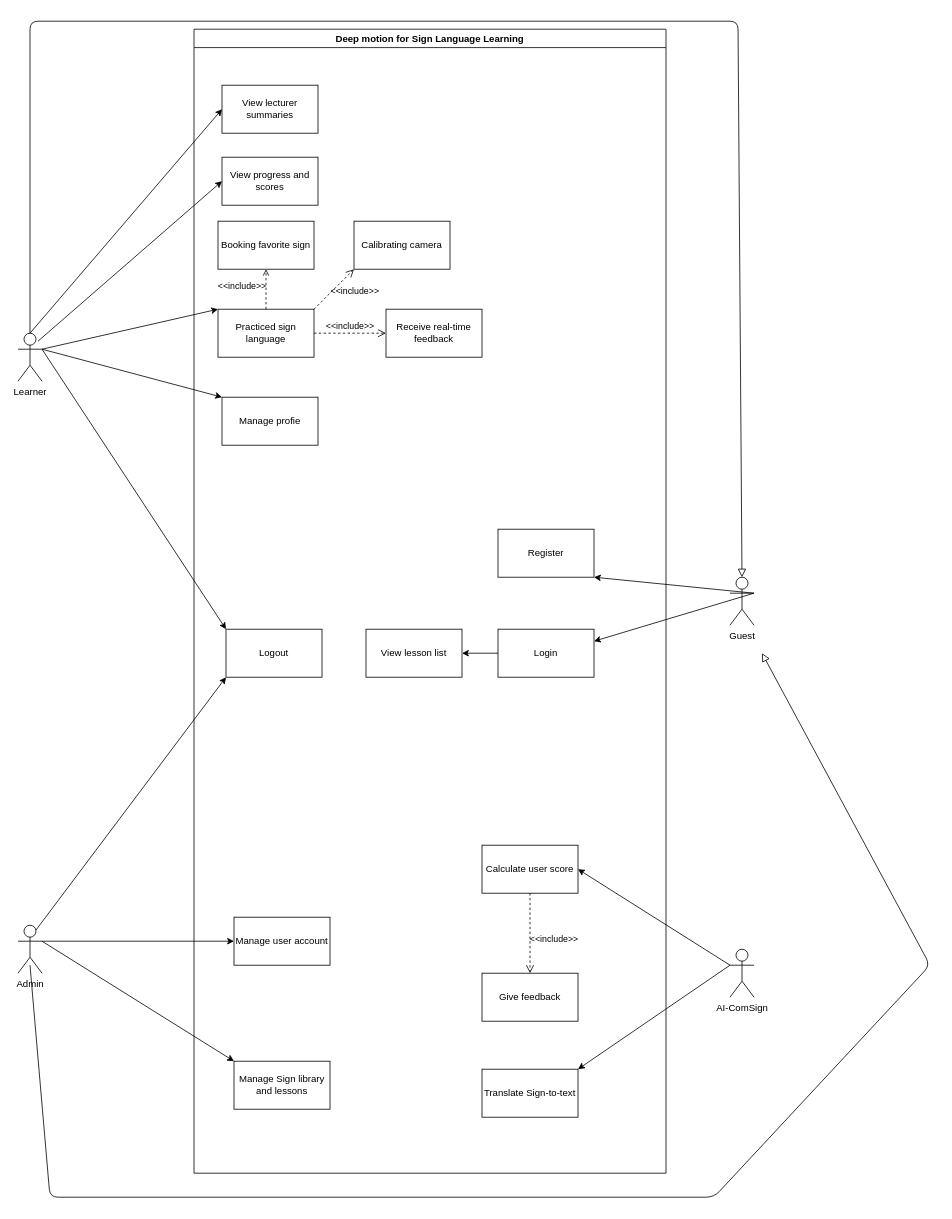
Before: docs/UseCase.drawio in CtrlConquerors/AI-ComSign, a draw.io diagram. Source tidied: cells renumbered, new cells numbered last; positions are measured from the earlier drawing's top-left corner, leaving out a move shared by most shapes. Both pictures are drawn from the tidied source at 80%, with x=0, y=0 at pixel (18, 21).
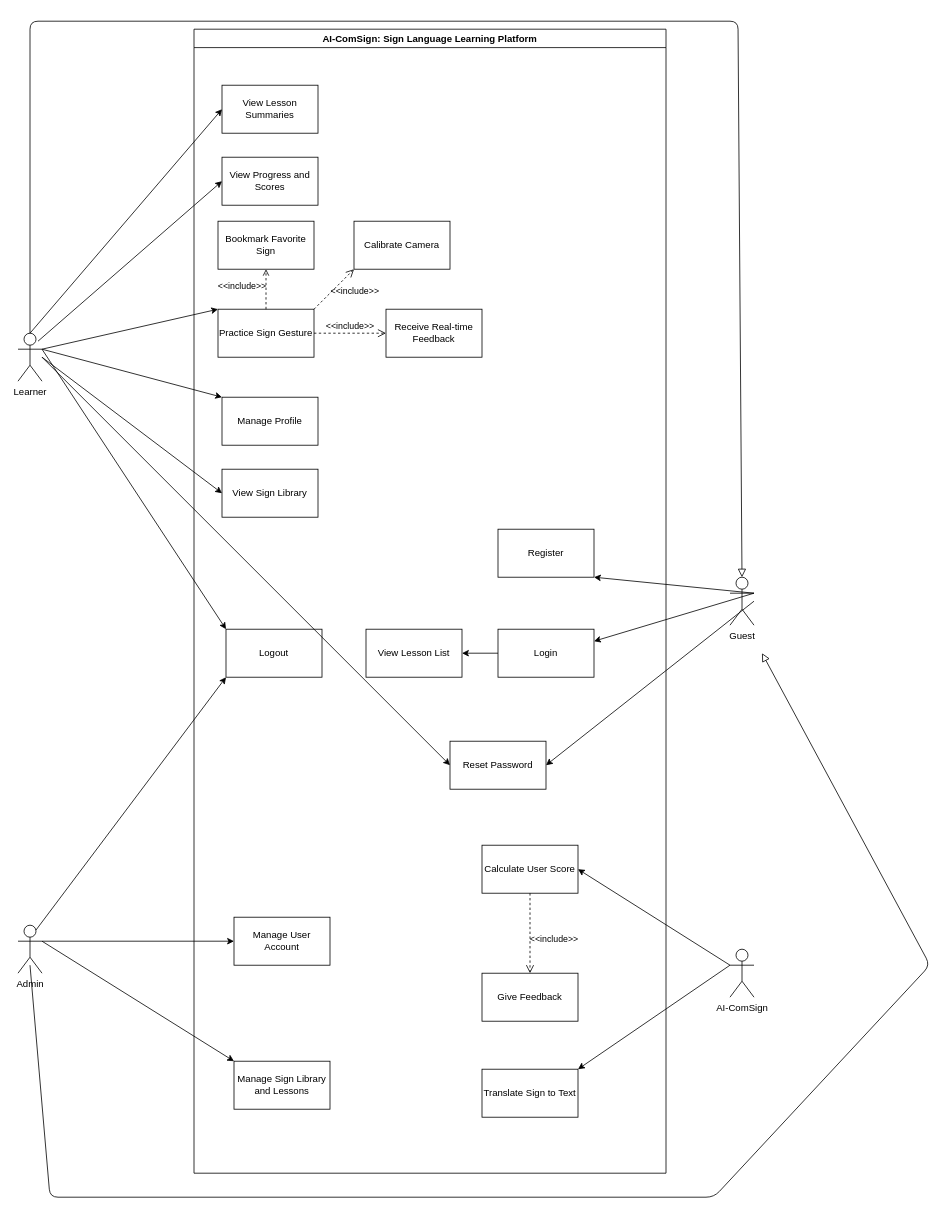
After the change.

The change refers to these unchanged cells:
```xml
<mxCell id="2" value="Learner&lt;div&gt;&lt;br&gt;&lt;div&gt;&lt;br&gt;&lt;/div&gt;&lt;/div&gt;" style="shape=umlActor;verticalLabelPosition=bottom;verticalAlign=top;html=1;outlineConnect=0;" parent="1" vertex="1">
  <mxGeometry y="390" width="30" height="60" as="geometry" />
</mxCell>
<mxCell id="33" value="Guest&lt;div&gt;&lt;br&gt;&lt;/div&gt;" style="shape=umlActor;verticalLabelPosition=bottom;verticalAlign=top;html=1;outlineConnect=0;" parent="1" vertex="1">
  <mxGeometry x="890" y="695" width="30" height="60" as="geometry" />
</mxCell>
```

Diff of the diagram source:
```diff
@@
-    <mxCell id="5" value="Deep motion for Sign Language Learning" style="swimlane;whiteSpace=wrap;html=1;" parent="1" vertex="1">
+    <mxCell id="5" value="AI-ComSign: Sign Language Learning Platform" style="swimlane;whiteSpace=wrap;html=1;" parent="1" vertex="1">
       <mxGeometry x="220" y="10" width="590" height="1430" as="geometry" />
     </mxCell>
@@
-    <mxCell id="7" value="View progress and scores" style="rounded=0;whiteSpace=wrap;html=1;" parent="5" vertex="1">
+    <mxCell id="7" value="View Progress and Scores" style="rounded=0;whiteSpace=wrap;html=1;" parent="5" vertex="1">
       <mxGeometry x="35" y="160" width="120" height="60" as="geometry" />
     </mxCell>
-    <mxCell id="8" value="Practiced sign language" style="rounded=0;whiteSpace=wrap;html=1;" parent="5" vertex="1">
+    <mxCell id="8" value="Practice Sign Gesture" style="rounded=0;whiteSpace=wrap;html=1;" parent="5" vertex="1">
       <mxGeometry x="30" y="350" width="120" height="60" as="geometry" />
     </mxCell>
-    <mxCell id="9" value="Receive real-time feedback" style="rounded=0;whiteSpace=wrap;html=1;" parent="5" vertex="1">
+    <mxCell id="9" value="Receive Real-time Feedback" style="rounded=0;whiteSpace=wrap;html=1;" parent="5" vertex="1">
       <mxGeometry x="240" y="350" width="120" height="60" as="geometry" />
     </mxCell>
@@
-    <mxCell id="11" value="View lecturer summaries" style="rounded=0;whiteSpace=wrap;html=1;" parent="5" vertex="1">
+    <mxCell id="11" value="View Lesson Summaries" style="rounded=0;whiteSpace=wrap;html=1;" parent="5" vertex="1">
       <mxGeometry x="35" y="70" width="120" height="60" as="geometry" />
     </mxCell>
-    <mxCell id="12" value="Manage user account" style="rounded=0;whiteSpace=wrap;html=1;" parent="5" vertex="1">
+    <mxCell id="12" value="Manage User Account" style="rounded=0;whiteSpace=wrap;html=1;" parent="5" vertex="1">
       <mxGeometry x="50" y="1110" width="120" height="60" as="geometry" />
     </mxCell>
-    <mxCell id="13" value="Manage Sign library and lessons" style="rounded=0;whiteSpace=wrap;html=1;" parent="5" vertex="1">
+    <mxCell id="13" value="Manage Sign Library and Lessons" style="rounded=0;whiteSpace=wrap;html=1;" parent="5" vertex="1">
       <mxGeometry x="50" y="1290" width="120" height="60" as="geometry" />
     </mxCell>
-    <mxCell id="14" value="Calculate user score" style="rounded=0;whiteSpace=wrap;html=1;" parent="5" vertex="1">
+    <mxCell id="14" value="Calculate User Score" style="rounded=0;whiteSpace=wrap;html=1;" parent="5" vertex="1">
       <mxGeometry x="360" y="1020" width="120" height="60" as="geometry" />
     </mxCell>
-    <mxCell id="15" value="Give feedback" style="rounded=0;whiteSpace=wrap;html=1;" parent="5" vertex="1">
+    <mxCell id="15" value="Give Feedback" style="rounded=0;whiteSpace=wrap;html=1;" parent="5" vertex="1">
       <mxGeometry x="360" y="1180" width="120" height="60" as="geometry" />
     </mxCell>
@@
-    <mxCell id="17" value="Translate Sign-to-text" style="rounded=0;whiteSpace=wrap;html=1;" parent="5" vertex="1">
+    <mxCell id="17" value="Translate Sign to Text" style="rounded=0;whiteSpace=wrap;html=1;" parent="5" vertex="1">
       <mxGeometry x="360" y="1300" width="120" height="60" as="geometry" />
     </mxCell>
@@
-    <mxCell id="19" value="Booking favorite sign" style="rounded=0;whiteSpace=wrap;html=1;" parent="5" vertex="1">
+    <mxCell id="19" value="Bookmark Favorite Sign" style="rounded=0;whiteSpace=wrap;html=1;" parent="5" vertex="1">
       <mxGeometry x="30" y="240" width="120" height="60" as="geometry" />
     </mxCell>
-    <mxCell id="20" value="Calibrating camera" style="rounded=0;whiteSpace=wrap;html=1;" parent="5" vertex="1">
+    <mxCell id="20" value="Calibrate Camera" style="rounded=0;whiteSpace=wrap;html=1;" parent="5" vertex="1">
       <mxGeometry x="200" y="240" width="120" height="60" as="geometry" />
     </mxCell>
@@
-    <mxCell id="22" value="View lesson list" style="rounded=0;whiteSpace=wrap;html=1;" parent="5" vertex="1">
+    <mxCell id="22" value="View Lesson List" style="rounded=0;whiteSpace=wrap;html=1;" parent="5" vertex="1">
       <mxGeometry x="215" y="750" width="120" height="60" as="geometry" />
     </mxCell>
@@
-    <mxCell id="25" value="Manage profie" style="rounded=0;whiteSpace=wrap;html=1;" parent="5" vertex="1">
+    <mxCell id="25" value="Manage Profile" style="rounded=0;whiteSpace=wrap;html=1;" parent="5" vertex="1">
       <mxGeometry x="35" y="460" width="120" height="60" as="geometry" />
     </mxCell>
+    <mxCell id="42" value="Reset Password" style="rounded=0;whiteSpace=wrap;html=1;" parent="5" vertex="1">
+      <mxGeometry x="320" y="890" width="120" height="60" as="geometry" />
+    </mxCell>
+    <mxCell id="43" value="View Sign Library" style="rounded=0;whiteSpace=wrap;html=1;" parent="5" vertex="1">
+      <mxGeometry x="35" y="550" width="120" height="60" as="geometry" />
+    </mxCell>
@@
+    <mxCell id="44" style="endArrow=classic;html=1;rounded=0;exitX=1;exitY=0.5;exitDx=0;exitDy=0;exitPerimeter=0;entryX=1;entryY=0.5;entryDx=0;entryDy=0;" parent="1" edge="1" source="33" target="42">
+      <mxGeometry relative="1" as="geometry" />
+    </mxCell>
+    <mxCell id="45" style="endArrow=classic;html=1;rounded=0;exitX=1;exitY=0.5;exitDx=0;exitDy=0;exitPerimeter=0;entryX=0;entryY=0.5;entryDx=0;entryDy=0;" parent="1" edge="1" source="2" target="42">
+      <mxGeometry relative="1" as="geometry" />
+    </mxCell>
+    <mxCell id="46" style="endArrow=classic;html=1;rounded=0;exitX=1;exitY=0.5;exitDx=0;exitDy=0;exitPerimeter=0;entryX=0;entryY=0.5;entryDx=0;entryDy=0;" parent="1" edge="1" source="2" target="43">
+      <mxGeometry relative="1" as="geometry" />
+    </mxCell>
```
